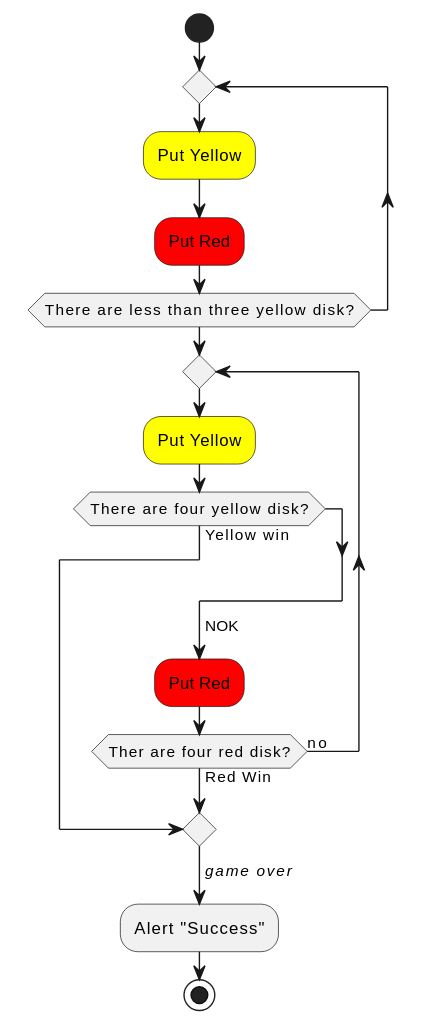
The PlantUML diagram 08-disciplinas de software/Conecta4/Conecta4_Activity.svg in Juzzgoo/git_practicas, before a commit.
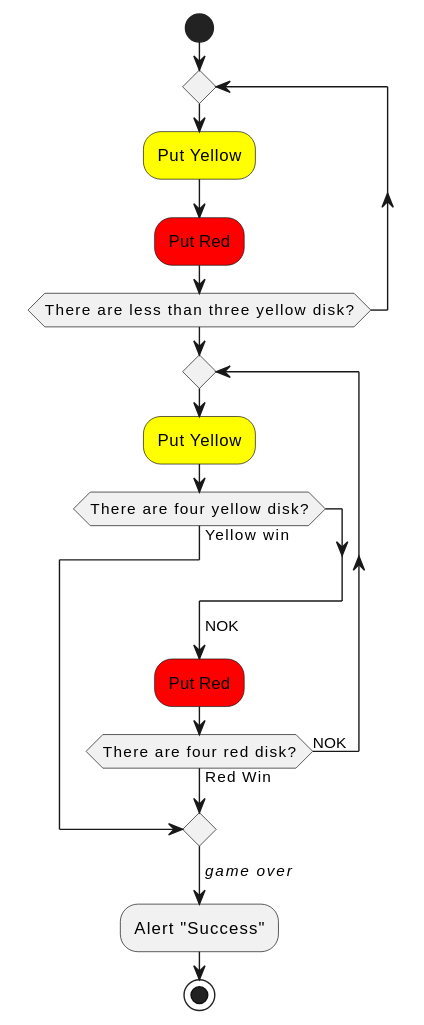
The same file after the commit.

Commit message:
disciplinas de software

Change to the diagram source:
```diff
@@ -12,7 +12,7 @@
     endif
     ->NOK;
     #red:Put Red;
-repeat while (Ther are four red disk?) is (no) not (Red Win)
+repeat while (There are four red disk?) is (NOK) not (Red Win)
 ->//game over//;
 :Alert "Success";
 stop
```
